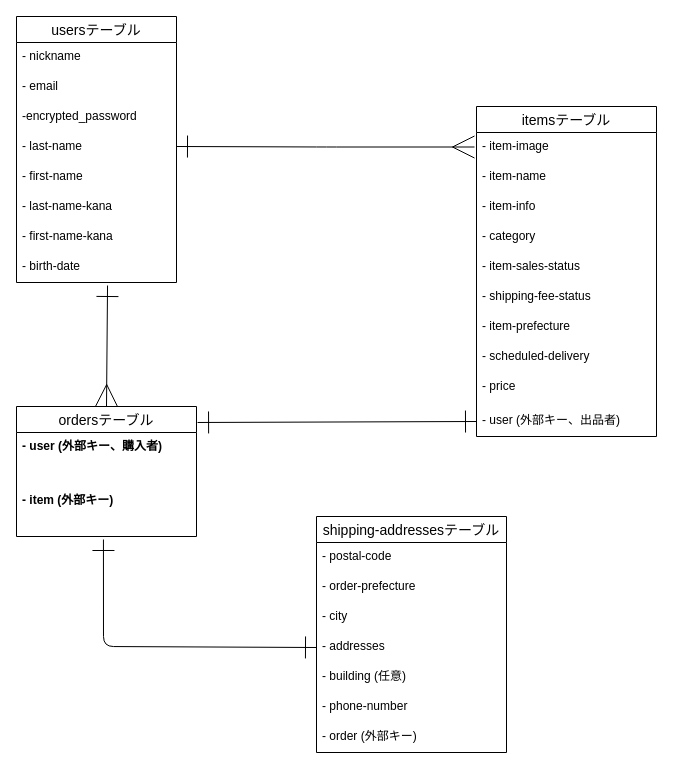
The draw.io diagram furima-39220.dio in toshishimi/furima-39220, before the edit. Source tidied: cells renumbered, new cells numbered last; positions are measured from the earlier drawing's top-left corner, leaving out a move shared by most shapes. Both pictures are drawn from the tidied source at 100%, with x=0, y=0 at pixel (16, 16).
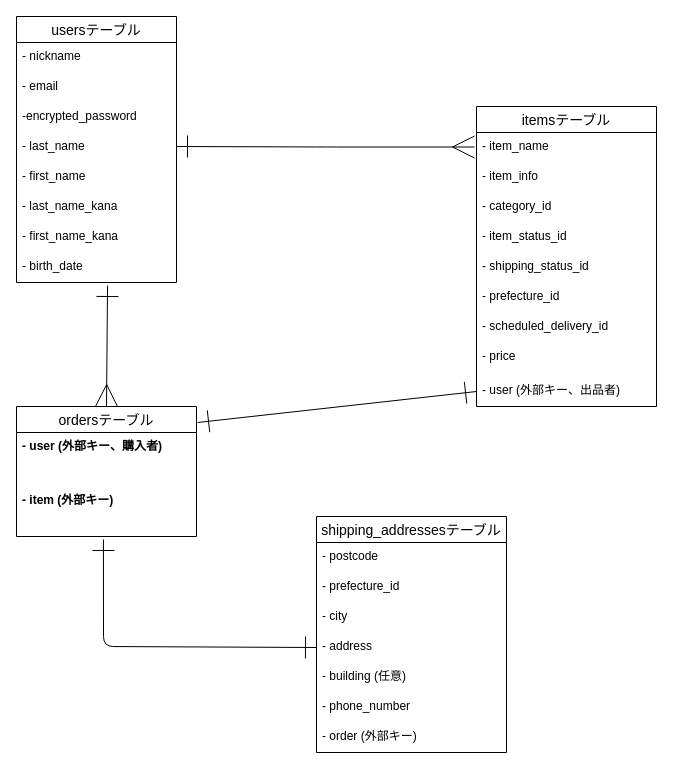
Above is the later version.

Commit message (it also covers changes not shown here):
ER図とREADMEの訂正

Unchanged cells that the change refers to:
```xml
<mxCell id="2" value="usersテーブル" style="swimlane;fontStyle=0;horizontal=1;startSize=26;align=center;fontSize=14;" parent="1" vertex="1">
  <mxGeometry width="160" height="266" as="geometry" />
</mxCell>
```

Change to the diagram source:
```diff
@@
-    <mxCell id="6" value="- last-name" style="text;strokeColor=none;fillColor=none;spacingLeft=4;spacingRight=4;overflow=hidden;fontSize=12;" parent="2" vertex="1">
+    <mxCell id="6" value="- last_name" style="text;strokeColor=none;fillColor=none;spacingLeft=4;spacingRight=4;overflow=hidden;fontSize=12;" parent="2" vertex="1">
       <mxGeometry y="116" width="160" height="30" as="geometry" />
     </mxCell>
-    <mxCell id="7" value="- first-name" style="text;strokeColor=none;fillColor=none;spacingLeft=4;spacingRight=4;overflow=hidden;fontSize=12;" parent="2" vertex="1">
+    <mxCell id="7" value="- first_name" style="text;strokeColor=none;fillColor=none;spacingLeft=4;spacingRight=4;overflow=hidden;fontSize=12;" parent="2" vertex="1">
       <mxGeometry y="146" width="160" height="30" as="geometry" />
     </mxCell>
-    <mxCell id="8" value="- last-name-kana" style="text;strokeColor=none;fillColor=none;spacingLeft=4;spacingRight=4;overflow=hidden;fontSize=12;" parent="2" vertex="1">
+    <mxCell id="8" value="- last_name_kana" style="text;strokeColor=none;fillColor=none;spacingLeft=4;spacingRight=4;overflow=hidden;fontSize=12;" parent="2" vertex="1">
       <mxGeometry y="176" width="160" height="30" as="geometry" />
     </mxCell>
-    <mxCell id="9" value="- first-name-kana" style="text;strokeColor=none;fillColor=none;spacingLeft=4;spacingRight=4;overflow=hidden;fontSize=12;" parent="2" vertex="1">
+    <mxCell id="9" value="- first_name_kana" style="text;strokeColor=none;fillColor=none;spacingLeft=4;spacingRight=4;overflow=hidden;fontSize=12;" parent="2" vertex="1">
       <mxGeometry y="206" width="160" height="30" as="geometry" />
     </mxCell>
-    <mxCell id="10" value="- birth-date" style="text;strokeColor=none;fillColor=none;spacingLeft=4;spacingRight=4;overflow=hidden;points=[[0,0.5],[1,0.5]];portConstraint=eastwest;fontSize=12;" parent="2" vertex="1">
+    <mxCell id="10" value="- birth_date" style="text;strokeColor=none;fillColor=none;spacingLeft=4;spacingRight=4;overflow=hidden;points=[[0,0.5],[1,0.5]];portConstraint=eastwest;fontSize=12;" parent="2" vertex="1">
       <mxGeometry y="236" width="160" height="30" as="geometry" />
     </mxCell>
     <mxCell id="11" value="itemsテーブル" style="swimlane;fontStyle=0;horizontal=1;startSize=26;align=center;fontSize=14;" parent="1" vertex="1">
-      <mxGeometry x="460" y="90" width="180" height="330" as="geometry" />
+      <mxGeometry x="460" y="90" width="180" height="300" as="geometry" />
     </mxCell>
-    <mxCell id="12" value="- item-image" style="text;strokeColor=none;fillColor=none;spacingLeft=4;spacingRight=4;overflow=hidden;fontSize=12;" parent="11" vertex="1">
-      <mxGeometry y="26" width="180" height="30" as="geometry" />
-    </mxCell>
-    <mxCell id="13" value="- item-name" style="text;strokeColor=none;fillColor=none;spacingLeft=4;spacingRight=4;overflow=hidden;fontSize=12;" parent="11" vertex="1">
-      <mxGeometry y="56" width="180" height="30" as="geometry" />
+    <mxCell id="13" value="- item_name" style="text;strokeColor=none;fillColor=none;spacingLeft=4;spacingRight=4;overflow=hidden;fontSize=12;" parent="11" vertex="1">
+      <mxGeometry y="26" width="180" height="30" as="geometry" />
     </mxCell>
-    <mxCell id="14" value="- item-info" style="text;strokeColor=none;fillColor=none;spacingLeft=4;spacingRight=4;overflow=hidden;fontSize=12;" parent="11" vertex="1">
-      <mxGeometry y="86" width="180" height="30" as="geometry" />
+    <mxCell id="14" value="- item_info" style="text;strokeColor=none;fillColor=none;spacingLeft=4;spacingRight=4;overflow=hidden;fontSize=12;" parent="11" vertex="1">
+      <mxGeometry y="56" width="180" height="30" as="geometry" />
     </mxCell>
-    <mxCell id="15" value="- category" style="text;strokeColor=none;fillColor=none;spacingLeft=4;spacingRight=4;overflow=hidden;fontSize=12;" parent="11" vertex="1">
-      <mxGeometry y="116" width="180" height="30" as="geometry" />
+    <mxCell id="15" value="- category_id" style="text;strokeColor=none;fillColor=none;spacingLeft=4;spacingRight=4;overflow=hidden;fontSize=12;" parent="11" vertex="1">
+      <mxGeometry y="86" width="180" height="30" as="geometry" />
     </mxCell>
-    <mxCell id="16" value="- item-sales-status" style="text;strokeColor=none;fillColor=none;spacingLeft=4;spacingRight=4;overflow=hidden;fontSize=12;" parent="11" vertex="1">
-      <mxGeometry y="146" width="180" height="30" as="geometry" />
+    <mxCell id="16" value="- item_status_id" style="text;strokeColor=none;fillColor=none;spacingLeft=4;spacingRight=4;overflow=hidden;fontSize=12;" parent="11" vertex="1">
+      <mxGeometry y="116" width="180" height="30" as="geometry" />
     </mxCell>
-    <mxCell id="17" value="- shipping-fee-status" style="text;strokeColor=none;fillColor=none;spacingLeft=4;spacingRight=4;overflow=hidden;fontSize=12;" parent="11" vertex="1">
-      <mxGeometry y="176" width="180" height="30" as="geometry" />
+    <mxCell id="17" value="- shipping_status_id" style="text;strokeColor=none;fillColor=none;spacingLeft=4;spacingRight=4;overflow=hidden;fontSize=12;" parent="11" vertex="1">
+      <mxGeometry y="146" width="180" height="30" as="geometry" />
     </mxCell>
-    <mxCell id="18" value="- item-prefecture" style="text;strokeColor=none;fillColor=none;spacingLeft=4;spacingRight=4;overflow=hidden;fontSize=12;" parent="11" vertex="1">
-      <mxGeometry y="206" width="180" height="30" as="geometry" />
+    <mxCell id="18" value="- prefecture_id" style="text;strokeColor=none;fillColor=none;spacingLeft=4;spacingRight=4;overflow=hidden;fontSize=12;" parent="11" vertex="1">
+      <mxGeometry y="176" width="180" height="30" as="geometry" />
     </mxCell>
-    <mxCell id="19" value="- scheduled-delivery" style="text;strokeColor=none;fillColor=none;spacingLeft=4;spacingRight=4;overflow=hidden;fontSize=12;" parent="11" vertex="1">
-      <mxGeometry y="236" width="180" height="30" as="geometry" />
+    <mxCell id="19" value="- scheduled_delivery_id" style="text;strokeColor=none;fillColor=none;spacingLeft=4;spacingRight=4;overflow=hidden;fontSize=12;" parent="11" vertex="1">
+      <mxGeometry y="206" width="180" height="30" as="geometry" />
     </mxCell>
     <mxCell id="20" value="- price" style="text;strokeColor=none;fillColor=none;spacingLeft=4;spacingRight=4;overflow=hidden;fontSize=12;" parent="11" vertex="1">
-      <mxGeometry y="266" width="180" height="34" as="geometry" />
+      <mxGeometry y="236" width="180" height="34" as="geometry" />
     </mxCell>
     <mxCell id="21" value="- user (外部キー、出品者)" style="text;strokeColor=none;fillColor=none;spacingLeft=4;spacingRight=4;overflow=hidden;points=[[0,0.5],[1,0.5]];portConstraint=eastwest;fontSize=12;" parent="11" vertex="1">
-      <mxGeometry y="300" width="180" height="30" as="geometry" />
+      <mxGeometry y="270" width="180" height="30" as="geometry" />
     </mxCell>
@@
-    <mxCell id="26" value="shipping-addressesテーブル" style="swimlane;fontStyle=0;horizontal=1;startSize=26;align=center;fontSize=14;" parent="1" vertex="1">
+    <mxCell id="26" value="shipping_addressesテーブル" style="swimlane;fontStyle=0;horizontal=1;startSize=26;align=center;fontSize=14;" parent="1" vertex="1">
       <mxGeometry x="300" y="500" width="190" height="236" as="geometry" />
     </mxCell>
-    <mxCell id="27" value="- postal-code" style="text;strokeColor=none;fillColor=none;spacingLeft=4;spacingRight=4;overflow=hidden;fontSize=12;" parent="26" vertex="1">
+    <mxCell id="27" value="- postcode" style="text;strokeColor=none;fillColor=none;spacingLeft=4;spacingRight=4;overflow=hidden;fontSize=12;" parent="26" vertex="1">
       <mxGeometry y="26" width="190" height="30" as="geometry" />
     </mxCell>
-    <mxCell id="28" value="- order-prefecture" style="text;strokeColor=none;fillColor=none;spacingLeft=4;spacingRight=4;overflow=hidden;fontSize=12;" parent="26" vertex="1">
+    <mxCell id="28" value="- prefecture_id" style="text;strokeColor=none;fillColor=none;spacingLeft=4;spacingRight=4;overflow=hidden;fontSize=12;" parent="26" vertex="1">
       <mxGeometry y="56" width="190" height="30" as="geometry" />
     </mxCell>
@@
-    <mxCell id="30" value="- addresses" style="text;strokeColor=none;fillColor=none;spacingLeft=4;spacingRight=4;overflow=hidden;points=[[0,0.5],[1,0.5]];portConstraint=eastwest;fontSize=12;" parent="26" vertex="1">
+    <mxCell id="30" value="- address" style="text;strokeColor=none;fillColor=none;spacingLeft=4;spacingRight=4;overflow=hidden;points=[[0,0.5],[1,0.5]];portConstraint=eastwest;fontSize=12;" parent="26" vertex="1">
       <mxGeometry y="116" width="190" height="30" as="geometry" />
     </mxCell>
@@
-    <mxCell id="32" value="- phone-number" style="text;strokeColor=none;fillColor=none;spacingLeft=4;spacingRight=4;overflow=hidden;fontSize=12;" parent="26" vertex="1">
+    <mxCell id="32" value="- phone_number" style="text;strokeColor=none;fillColor=none;spacingLeft=4;spacingRight=4;overflow=hidden;fontSize=12;" parent="26" vertex="1">
       <mxGeometry y="176" width="190" height="30" as="geometry" />
     </mxCell>
```
